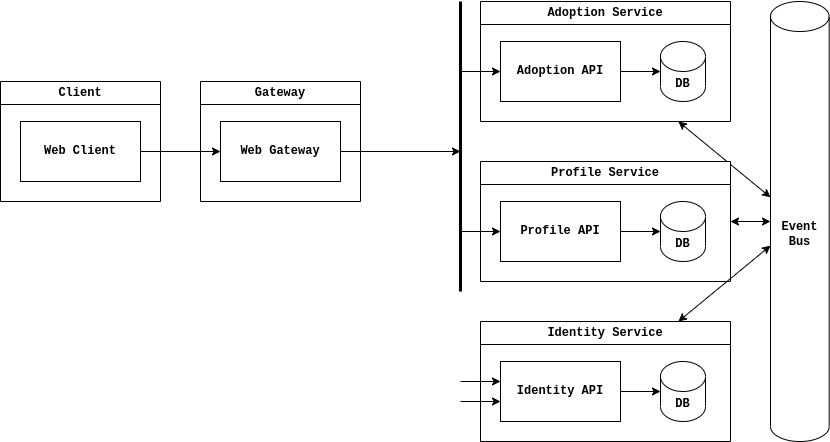
The draw.io diagram img/architecture.drawio.png in brunoaragao/AdoPet, before a commit. Source tidied: cells renumbered, new cells last; positions are measured from the earlier drawing's top-left corner, leaving out a move shared by most shapes. The source it was exported from:
```xml
<mxGraphModel>
  <root>
    <mxCell id="0" />
    <mxCell id="1" parent="0" />
    <mxCell id="2" value="Client" style="swimlane;whiteSpace=wrap;html=1;fontFamily=Courier New;fontStyle=1;" parent="1" vertex="1">
      <mxGeometry y="80" width="160" height="120" as="geometry" />
    </mxCell>
    <mxCell id="3" value="Web Client" style="rounded=0;whiteSpace=wrap;html=1;fontFamily=Courier New;fontStyle=1;" parent="2" vertex="1">
      <mxGeometry x="20" y="40" width="120" height="60" as="geometry" />
    </mxCell>
    <mxCell id="4" value="Gateway" style="swimlane;whiteSpace=wrap;html=1;fontFamily=Courier New;fontStyle=1;" parent="1" vertex="1">
      <mxGeometry x="200" y="80" width="160" height="120" as="geometry" />
    </mxCell>
    <mxCell id="5" value="Web Gateway" style="rounded=0;whiteSpace=wrap;html=1;fontFamily=Courier New;fontStyle=1;" parent="4" vertex="1">
      <mxGeometry x="20" y="40" width="120" height="60" as="geometry" />
    </mxCell>
    <mxCell id="6" style="edgeStyle=none;html=1;exitX=1;exitY=0.5;exitDx=0;exitDy=0;fontFamily=Courier New;fontStyle=1;" parent="1" edge="1" source="3" target="5">
      <mxGeometry relative="1" as="geometry" />
    </mxCell>
    <mxCell id="7" style="endArrow=classic;startArrow=classic;html=1;fontFamily=Courier New;fontSize=11;fontColor=default;align=center;strokeColor=default;strokeWidth=1;edgeStyle=none;fontStyle=1;" parent="1" edge="1" source="8" target="28">
      <mxGeometry relative="1" as="geometry" />
    </mxCell>
    <mxCell id="8" value="&lt;span lang=&quot;en&quot; class=&quot;HwtZe&quot;&gt;Adoption&lt;/span&gt;&amp;nbsp;Service" style="swimlane;whiteSpace=wrap;html=1;fontFamily=Courier New;fontStyle=1;" parent="1" vertex="1">
      <mxGeometry x="480" width="250" height="120" as="geometry" />
    </mxCell>
    <mxCell id="9" style="edgeStyle=none;html=1;fontFamily=Courier New;fontStyle=1;" parent="8" edge="1" source="10" target="11">
      <mxGeometry relative="1" as="geometry" />
    </mxCell>
    <mxCell id="10" value="Adoption&amp;nbsp;API" style="rounded=0;whiteSpace=wrap;html=1;fontFamily=Courier New;fontStyle=1;" parent="8" vertex="1">
      <mxGeometry x="20" y="40" width="120" height="60" as="geometry" />
    </mxCell>
    <mxCell id="11" value="DB" style="shape=cylinder3;whiteSpace=wrap;html=1;boundedLbl=1;backgroundOutline=1;size=15;fontFamily=Courier New;fontStyle=1;" parent="8" vertex="1">
      <mxGeometry x="180" y="40" width="45" height="60" as="geometry" />
    </mxCell>
    <mxCell id="12" style="endArrow=none;html=1;strokeWidth=3;fontFamily=Courier New;fontStyle=1;" parent="1" edge="1">
      <mxGeometry relative="1" as="geometry">
        <mxPoint x="460" y="290" as="sourcePoint" />
        <mxPoint x="460" as="targetPoint" />
      </mxGeometry>
    </mxCell>
    <mxCell id="13" style="edgeStyle=none;html=1;exitX=1;exitY=0.5;exitDx=0;exitDy=0;fontFamily=Courier New;fontStyle=1;" parent="1" edge="1" source="5">
      <mxGeometry relative="1" as="geometry">
        <mxPoint x="460" y="150" as="targetPoint" />
      </mxGeometry>
    </mxCell>
    <mxCell id="14" style="endArrow=classic;html=1;fontFamily=Courier New;fontStyle=1;" parent="1" edge="1" target="10">
      <mxGeometry relative="1" as="geometry">
        <mxPoint x="460" y="70" as="sourcePoint" />
      </mxGeometry>
    </mxCell>
    <mxCell id="15" style="endArrow=classic;startArrow=classic;html=1;fontFamily=Courier New;fontSize=11;fontColor=default;align=center;strokeColor=default;strokeWidth=1;edgeStyle=none;fontStyle=1;" parent="1" edge="1" source="16" target="28">
      <mxGeometry relative="1" as="geometry" />
    </mxCell>
    <mxCell id="16" value="Identity Service" style="swimlane;whiteSpace=wrap;html=1;fontFamily=Courier New;fontStyle=1;" parent="1" vertex="1">
      <mxGeometry x="480" y="320" width="250" height="120" as="geometry" />
    </mxCell>
    <mxCell id="17" style="edgeStyle=none;html=1;fontFamily=Courier New;fontStyle=1;" parent="16" edge="1" source="18" target="19">
      <mxGeometry relative="1" as="geometry" />
    </mxCell>
    <mxCell id="18" value="Identity API" style="rounded=0;whiteSpace=wrap;html=1;fontFamily=Courier New;fontStyle=1;" parent="16" vertex="1">
      <mxGeometry x="20" y="40" width="120" height="60" as="geometry" />
    </mxCell>
    <mxCell id="19" value="DB" style="shape=cylinder3;whiteSpace=wrap;html=1;boundedLbl=1;backgroundOutline=1;size=15;fontFamily=Courier New;fontStyle=1;" parent="16" vertex="1">
      <mxGeometry x="180" y="40" width="45" height="60" as="geometry" />
    </mxCell>
    <mxCell id="20" style="endArrow=classic;html=1;fontFamily=Courier New;fontStyle=1;" parent="1" edge="1" target="18">
      <mxGeometry relative="1" as="geometry">
        <mxPoint x="460" y="400" as="sourcePoint" />
        <Array as="points">
          <mxPoint x="500" y="400" />
        </Array>
      </mxGeometry>
    </mxCell>
    <mxCell id="21" style="endArrow=classic;html=1;strokeWidth=1;entryX=0;entryY=0.333;entryDx=0;entryDy=0;entryPerimeter=0;fontFamily=Courier New;fontStyle=1;" parent="1" edge="1" target="18">
      <mxGeometry relative="1" as="geometry">
        <mxPoint x="460" y="380" as="sourcePoint" />
      </mxGeometry>
    </mxCell>
    <mxCell id="22" style="endArrow=classic;startArrow=classic;html=1;fontFamily=Courier New;fontSize=11;fontColor=default;align=center;strokeColor=default;strokeWidth=1;edgeStyle=none;fontStyle=1;" parent="1" edge="1" source="23" target="28">
      <mxGeometry relative="1" as="geometry" />
    </mxCell>
    <mxCell id="23" value="Profile Service" style="swimlane;whiteSpace=wrap;html=1;fontFamily=Courier New;fontStyle=1;" parent="1" vertex="1">
      <mxGeometry x="480" y="160" width="250" height="120" as="geometry" />
    </mxCell>
    <mxCell id="24" style="edgeStyle=none;html=1;fontFamily=Courier New;fontStyle=1;" parent="23" edge="1" source="25" target="26">
      <mxGeometry relative="1" as="geometry" />
    </mxCell>
    <mxCell id="25" value="Profile API" style="rounded=0;whiteSpace=wrap;html=1;fontFamily=Courier New;fontStyle=1;" parent="23" vertex="1">
      <mxGeometry x="20" y="40" width="120" height="60" as="geometry" />
    </mxCell>
    <mxCell id="26" value="DB" style="shape=cylinder3;whiteSpace=wrap;html=1;boundedLbl=1;backgroundOutline=1;size=15;fontFamily=Courier New;fontStyle=1;" parent="23" vertex="1">
      <mxGeometry x="180" y="40" width="45" height="60" as="geometry" />
    </mxCell>
    <mxCell id="27" style="endArrow=classic;html=1;fontFamily=Courier New;fontStyle=1;" parent="1" edge="1" target="25">
      <mxGeometry relative="1" as="geometry">
        <mxPoint x="460" y="230" as="sourcePoint" />
      </mxGeometry>
    </mxCell>
    <mxCell id="28" value="Event Bus" style="shape=cylinder3;whiteSpace=wrap;html=1;boundedLbl=1;backgroundOutline=1;size=15;fontFamily=Courier New;fontStyle=1;" parent="1" vertex="1">
      <mxGeometry x="770" width="58.7" height="440" as="geometry" />
    </mxCell>
  </root>
</mxGraphModel>
```
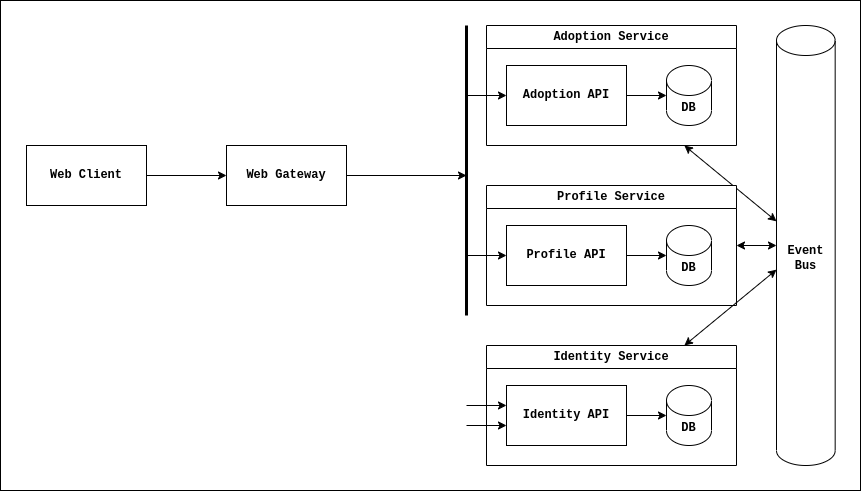
After the commit.

Commit message:
change architecture image to be more visible

Change to the diagram source:
```diff
@@ -2,18 +2,9 @@
   <root>
     <mxCell id="0" />
     <mxCell id="1" parent="0" />
-    <mxCell id="2" value="Client" style="swimlane;whiteSpace=wrap;html=1;fontFamily=Courier New;fontStyle=1;" parent="1" vertex="1">
-      <mxGeometry y="80" width="160" height="120" as="geometry" />
-    </mxCell>
-    <mxCell id="3" value="Web Client" style="rounded=0;whiteSpace=wrap;html=1;fontFamily=Courier New;fontStyle=1;" parent="2" vertex="1">
-      <mxGeometry x="20" y="40" width="120" height="60" as="geometry" />
-    </mxCell>
-    <mxCell id="4" value="Gateway" style="swimlane;whiteSpace=wrap;html=1;fontFamily=Courier New;fontStyle=1;" parent="1" vertex="1">
-      <mxGeometry x="200" y="80" width="160" height="120" as="geometry" />
-    </mxCell>
-    <mxCell id="5" value="Web Gateway" style="rounded=0;whiteSpace=wrap;html=1;fontFamily=Courier New;fontStyle=1;" parent="4" vertex="1">
-      <mxGeometry x="20" y="40" width="120" height="60" as="geometry" />
-    </mxCell>
+    <mxCell id="29" style="rounded=0;whiteSpace=wrap;html=1;" parent="1" vertex="1">
+      <mxGeometry x="-6" y="-25" width="860" height="490" as="geometry" />
+    </mxCell>
     <mxCell id="6" style="edgeStyle=none;html=1;exitX=1;exitY=0.5;exitDx=0;exitDy=0;fontFamily=Courier New;fontStyle=1;" parent="1" edge="1" source="3" target="5">
       <mxGeometry relative="1" as="geometry" />
     </mxCell>
@@ -99,5 +90,11 @@
     <mxCell id="28" value="Event Bus" style="shape=cylinder3;whiteSpace=wrap;html=1;boundedLbl=1;backgroundOutline=1;size=15;fontFamily=Courier New;fontStyle=1;" parent="1" vertex="1">
       <mxGeometry x="770" width="58.7" height="440" as="geometry" />
     </mxCell>
+    <mxCell id="5" value="Web Gateway" style="rounded=0;whiteSpace=wrap;html=1;fontFamily=Courier New;fontStyle=1;" parent="1" vertex="1">
+      <mxGeometry x="220" y="120" width="120" height="60" as="geometry" />
+    </mxCell>
+    <mxCell id="3" value="Web Client" style="rounded=0;whiteSpace=wrap;html=1;fontFamily=Courier New;fontStyle=1;" parent="1" vertex="1">
+      <mxGeometry x="20" y="120" width="120" height="60" as="geometry" />
+    </mxCell>
   </root>
 </mxGraphModel>
```
